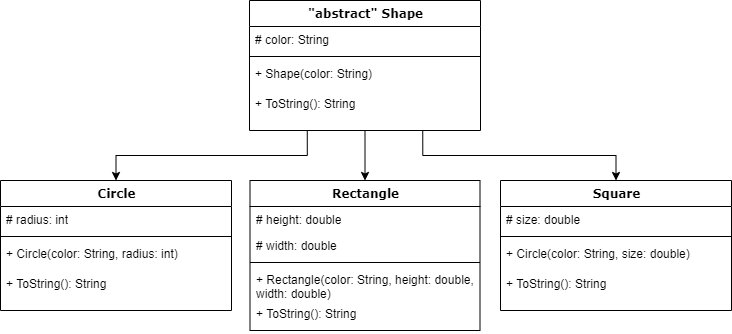
Above: src/com/company/lab5/shape.png in buslenko/java2020 (draw.io), before the change. Source tidied: cells renumbered, new cells last; positions are measured from the earlier drawing's top-left corner, leaving out a move shared by most shapes.
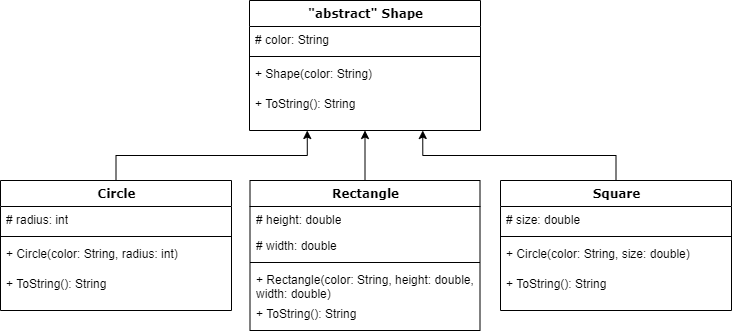
After the change.

Commit message:
uml lab5

Change to the diagram source:
```diff
@@ -2,15 +2,6 @@
   <root>
     <mxCell id="0" />
     <mxCell id="1" parent="0" />
-    <mxCell id="2" style="edgeStyle=orthogonalEdgeStyle;rounded=0;jettySize=auto;html=1;exitX=0.5;exitY=1;exitDx=0;exitDy=0;" parent="1" edge="1" source="5" target="15">
-      <mxGeometry relative="1" as="geometry" />
-    </mxCell>
-    <mxCell id="3" style="edgeStyle=orthogonalEdgeStyle;rounded=0;jettySize=auto;html=1;exitX=0.75;exitY=1;exitDx=0;exitDy=0;" parent="1" edge="1" source="5" target="21">
-      <mxGeometry relative="1" as="geometry" />
-    </mxCell>
-    <mxCell id="4" style="edgeStyle=orthogonalEdgeStyle;rounded=0;jettySize=auto;html=1;exitX=0.25;exitY=1;exitDx=0;exitDy=0;" parent="1" edge="1" source="5" target="10">
-      <mxGeometry relative="1" as="geometry" />
-    </mxCell>
     <mxCell id="5" value="&quot;abstract&quot; Shape" style="swimlane;html=1;fontStyle=1;align=center;verticalAlign=top;horizontal=1;startSize=26;swimlaneFillColor=#ffffff;rounded=0;shadow=0;comic=0;labelBackgroundColor=none;strokeWidth=1;fillColor=none;fontFamily=Verdana;fontSize=12;" parent="1" vertex="1">
       <mxGeometry x="249" width="231" height="130" as="geometry" />
     </mxCell>
@@ -26,6 +17,9 @@
     <mxCell id="9" value="+ ToString(): String&amp;nbsp;&lt;span style=&quot;color: rgba(0 , 0 , 0 , 0) ; font-family: monospace ; font-size: 0px&quot;&gt;%3CmxGraphModel%3E%3Croot%3E%3CmxCell%20id%3D%220%22%2F%3E%3CmxCell%20id%3D%221%22%20parent%3D%220%22%2F%3E%3CmxCell%20id%3D%222%22%20value%3D%22%2B%20method(type)%3A%20type%22%20style%3D%22text%3Bhtml%3D1%3BstrokeColor%3Dnone%3BfillColor%3Dnone%3Balign%3Dleft%3BverticalAlign%3Dtop%3BspacingLeft%3D4%3BspacingRight%3D4%3BwhiteSpace%3Dwrap%3Boverflow%3Dhidden%3Brotatable%3D0%3Bpoints%3D%5B%5B0%2C0.5%5D%2C%5B1%2C0.5%5D%5D%3BportConstraint%3Deastwest%3B%22%20vertex%3D%221%22%20parent%3D%221%22%3E%3CmxGeometry%20x%3D%2290%22%20y%3D%22221%22%20width%3D%22160%22%20height%3D%2226%22%20as%3D%22geometry%22%2F%3E%3C%2FmxCell%3E%3C%2Froot%3E%3C%2FmxGraphModel%3E&lt;/span&gt;&lt;span style=&quot;color: rgba(0 , 0 , 0 , 0) ; font-family: monospace ; font-size: 0px&quot;&gt;%3CmxGraphModel%3E%3Croot%3E%3CmxCell%20id%3D%220%22%2F%3E%3CmxCell%20id%3D%221%22%20parent%3D%220%22%2F%3E%3CmxCell%20id%3D%222%22%20value%3D%22%2B%20method(type)%3A%20type%22%20style%3D%22text%3Bhtml%3D1%3BstrokeColor%3Dnone%3BfillColor%3Dnone%3Balign%3Dleft%3BverticalAlign%3Dtop%3BspacingLeft%3D4%3BspacingRight%3D4%3BwhiteSpace%3Dwrap%3Boverflow%3Dhidden%3Brotatable%3D0%3Bpoints%3D%5B%5B0%2C0.5%5D%2C%5B1%2C0.5%5D%5D%3BportConstraint%3Deastwest%3B%22%20vertex%3D%221%22%20parent%3D%221%22%3E%3CmxGeometry%20x%3D%2290%22%20y%3D%22221%22%20width%3D%22160%22%20height%3D%2226%22%20as%3D%22geometry%22%2F%3E%3C%2FmxCell%3E%3C%2Froot%3E%3C%2FmxGraphModel%3E&lt;/span&gt;" style="text;html=1;strokeColor=none;fillColor=none;align=left;verticalAlign=top;spacingLeft=4;spacingRight=4;whiteSpace=wrap;overflow=hidden;" parent="5" vertex="1">
       <mxGeometry y="90" width="231" height="30" as="geometry" />
     </mxCell>
+    <mxCell id="26" style="edgeStyle=orthogonalEdgeStyle;rounded=0;jettySize=auto;html=1;exitX=0.5;exitY=0;exitDx=0;exitDy=0;entryX=0.25;entryY=1;entryDx=0;entryDy=0;" parent="1" edge="1" source="10" target="5">
+      <mxGeometry relative="1" as="geometry" />
+    </mxCell>
     <mxCell id="10" value="Circle" style="swimlane;html=1;fontStyle=1;align=center;verticalAlign=top;horizontal=1;startSize=26;swimlaneFillColor=#ffffff;rounded=0;shadow=0;comic=0;labelBackgroundColor=none;strokeWidth=1;fillColor=none;fontFamily=Verdana;fontSize=12;" parent="1" vertex="1">
       <mxGeometry y="180" width="231" height="130" as="geometry" />
     </mxCell>
@@ -41,6 +35,9 @@
     <mxCell id="14" value="+ ToString(): String&amp;nbsp;&lt;span style=&quot;color: rgba(0 , 0 , 0 , 0) ; font-family: monospace ; font-size: 0px&quot;&gt;%3CmxGraphModel%3E%3Croot%3E%3CmxCell%20id%3D%220%22%2F%3E%3CmxCell%20id%3D%221%22%20parent%3D%220%22%2F%3E%3CmxCell%20id%3D%222%22%20value%3D%22%2B%20method(type)%3A%20type%22%20style%3D%22text%3Bhtml%3D1%3BstrokeColor%3Dnone%3BfillColor%3Dnone%3Balign%3Dleft%3BverticalAlign%3Dtop%3BspacingLeft%3D4%3BspacingRight%3D4%3BwhiteSpace%3Dwrap%3Boverflow%3Dhidden%3Brotatable%3D0%3Bpoints%3D%5B%5B0%2C0.5%5D%2C%5B1%2C0.5%5D%5D%3BportConstraint%3Deastwest%3B%22%20vertex%3D%221%22%20parent%3D%221%22%3E%3CmxGeometry%20x%3D%2290%22%20y%3D%22221%22%20width%3D%22160%22%20height%3D%2226%22%20as%3D%22geometry%22%2F%3E%3C%2FmxCell%3E%3C%2Froot%3E%3C%2FmxGraphModel%3E&lt;/span&gt;&lt;span style=&quot;color: rgba(0 , 0 , 0 , 0) ; font-family: monospace ; font-size: 0px&quot;&gt;%3CmxGraphModel%3E%3Croot%3E%3CmxCell%20id%3D%220%22%2F%3E%3CmxCell%20id%3D%221%22%20parent%3D%220%22%2F%3E%3CmxCell%20id%3D%222%22%20value%3D%22%2B%20method(type)%3A%20type%22%20style%3D%22text%3Bhtml%3D1%3BstrokeColor%3Dnone%3BfillColor%3Dnone%3Balign%3Dleft%3BverticalAlign%3Dtop%3BspacingLeft%3D4%3BspacingRight%3D4%3BwhiteSpace%3Dwrap%3Boverflow%3Dhidden%3Brotatable%3D0%3Bpoints%3D%5B%5B0%2C0.5%5D%2C%5B1%2C0.5%5D%5D%3BportConstraint%3Deastwest%3B%22%20vertex%3D%221%22%20parent%3D%221%22%3E%3CmxGeometry%20x%3D%2290%22%20y%3D%22221%22%20width%3D%22160%22%20height%3D%2226%22%20as%3D%22geometry%22%2F%3E%3C%2FmxCell%3E%3C%2Froot%3E%3C%2FmxGraphModel%3E&lt;/span&gt;" style="text;html=1;strokeColor=none;fillColor=none;align=left;verticalAlign=top;spacingLeft=4;spacingRight=4;whiteSpace=wrap;overflow=hidden;" parent="10" vertex="1">
       <mxGeometry y="90" width="231" height="30" as="geometry" />
     </mxCell>
+    <mxCell id="27" style="edgeStyle=orthogonalEdgeStyle;rounded=0;jettySize=auto;html=1;exitX=0.5;exitY=0;exitDx=0;exitDy=0;entryX=0.5;entryY=1;entryDx=0;entryDy=0;" parent="1" edge="1" source="15" target="5">
+      <mxGeometry relative="1" as="geometry" />
+    </mxCell>
     <mxCell id="15" value="Rectangle" style="swimlane;html=1;fontStyle=1;align=center;verticalAlign=top;horizontal=1;startSize=26;swimlaneFillColor=#ffffff;rounded=0;shadow=0;comic=0;labelBackgroundColor=none;strokeWidth=1;fillColor=none;fontFamily=Verdana;fontSize=12;" parent="1" vertex="1">
       <mxGeometry x="249.5" y="180" width="230" height="150" as="geometry" />
     </mxCell>
@@ -59,6 +56,9 @@
     <mxCell id="20" value="+ ToString(): String&amp;nbsp;&lt;span style=&quot;color: rgba(0 , 0 , 0 , 0) ; font-family: monospace ; font-size: 0px&quot;&gt;%3CmxGraphModel%3E%3Croot%3E%3CmxCell%20id%3D%220%22%2F%3E%3CmxCell%20id%3D%221%22%20parent%3D%220%22%2F%3E%3CmxCell%20id%3D%222%22%20value%3D%22%2B%20method(type)%3A%20type%22%20style%3D%22text%3Bhtml%3D1%3BstrokeColor%3Dnone%3BfillColor%3Dnone%3Balign%3Dleft%3BverticalAlign%3Dtop%3BspacingLeft%3D4%3BspacingRight%3D4%3BwhiteSpace%3Dwrap%3Boverflow%3Dhidden%3Brotatable%3D0%3Bpoints%3D%5B%5B0%2C0.5%5D%2C%5B1%2C0.5%5D%5D%3BportConstraint%3Deastwest%3B%22%20vertex%3D%221%22%20parent%3D%221%22%3E%3CmxGeometry%20x%3D%2290%22%20y%3D%22221%22%20width%3D%22160%22%20height%3D%2226%22%20as%3D%22geometry%22%2F%3E%3C%2FmxCell%3E%3C%2Froot%3E%3C%2FmxGraphModel%3E&lt;/span&gt;&lt;span style=&quot;color: rgba(0 , 0 , 0 , 0) ; font-family: monospace ; font-size: 0px&quot;&gt;%3CmxGraphModel%3E%3Croot%3E%3CmxCell%20id%3D%220%22%2F%3E%3CmxCell%20id%3D%221%22%20parent%3D%220%22%2F%3E%3CmxCell%20id%3D%222%22%20value%3D%22%2B%20method(type)%3A%20type%22%20style%3D%22text%3Bhtml%3D1%3BstrokeColor%3Dnone%3BfillColor%3Dnone%3Balign%3Dleft%3BverticalAlign%3Dtop%3BspacingLeft%3D4%3BspacingRight%3D4%3BwhiteSpace%3Dwrap%3Boverflow%3Dhidden%3Brotatable%3D0%3Bpoints%3D%5B%5B0%2C0.5%5D%2C%5B1%2C0.5%5D%5D%3BportConstraint%3Deastwest%3B%22%20vertex%3D%221%22%20parent%3D%221%22%3E%3CmxGeometry%20x%3D%2290%22%20y%3D%22221%22%20width%3D%22160%22%20height%3D%2226%22%20as%3D%22geometry%22%2F%3E%3C%2FmxCell%3E%3C%2Froot%3E%3C%2FmxGraphModel%3E&lt;/span&gt;" style="text;html=1;strokeColor=none;fillColor=none;align=left;verticalAlign=top;spacingLeft=4;spacingRight=4;whiteSpace=wrap;overflow=hidden;" parent="15" vertex="1">
       <mxGeometry y="120" width="230" height="30" as="geometry" />
     </mxCell>
+    <mxCell id="28" style="edgeStyle=orthogonalEdgeStyle;rounded=0;jettySize=auto;html=1;exitX=0.5;exitY=0;exitDx=0;exitDy=0;entryX=0.75;entryY=1;entryDx=0;entryDy=0;" parent="1" edge="1" source="21" target="5">
+      <mxGeometry relative="1" as="geometry" />
+    </mxCell>
     <mxCell id="21" value="Square" style="swimlane;html=1;fontStyle=1;align=center;verticalAlign=top;horizontal=1;startSize=26;swimlaneFillColor=#ffffff;rounded=0;shadow=0;comic=0;labelBackgroundColor=none;strokeWidth=1;fillColor=none;fontFamily=Verdana;fontSize=12;" parent="1" vertex="1">
       <mxGeometry x="500" y="180" width="231" height="130" as="geometry" />
     </mxCell>
```
